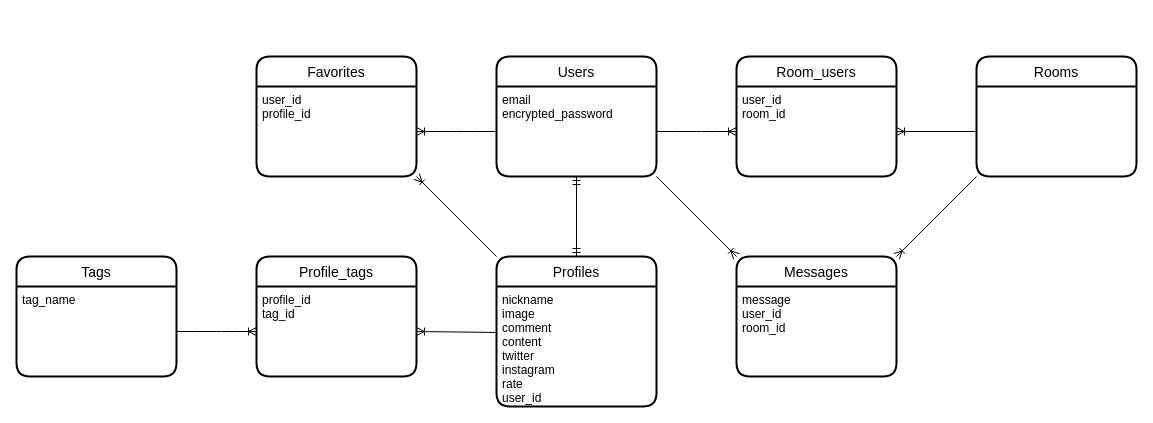
Before: kiite-proto1.dio in fudoakira/kiite-proto1, a draw.io diagram. Source tidied: cells renumbered, new cells numbered last; positions are measured from the earlier drawing's top-left corner, leaving out a move shared by most shapes. Both pictures are drawn from the tidied source at 100%, with x=0, y=0 at pixel (16, 56).
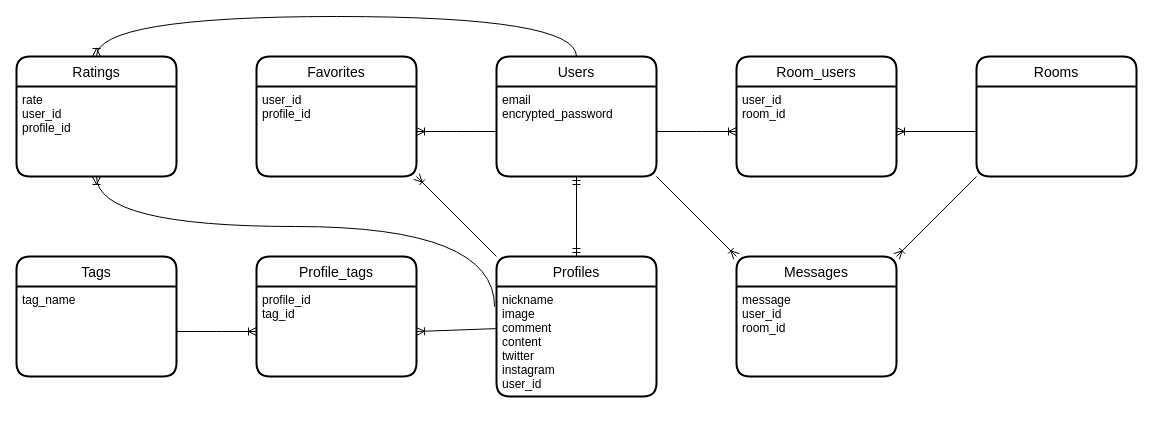
After the change.

Unchanged cells that the change refers to:
```xml
<mxCell id="2" value="Users" style="swimlane;horizontal=1;startSize=30;rounded=1;fontSize=14;fontStyle=0;strokeWidth=2;shadow=0;dashed=0;align=center;" parent="1" vertex="1">
  <mxGeometry x="480" width="160" height="120" as="geometry" />
</mxCell>
```

The edit, as a diff of the source:
```diff
@@
     <mxCell id="4" value="Profiles" style="swimlane;horizontal=1;startSize=30;rounded=1;fontSize=14;fontStyle=0;strokeWidth=2;shadow=0;dashed=0;align=center;" parent="1" vertex="1">
-      <mxGeometry x="480" y="200" width="160" height="150" as="geometry" />
+      <mxGeometry x="480" y="200" width="160" height="140" as="geometry" />
     </mxCell>
-    <mxCell id="5" value="nickname&#10;image&#10;comment&#10;content&#10;twitter&#10;instagram&#10;rate&#10;user_id" style="align=left;strokeColor=none;fillColor=none;spacingLeft=4;fontSize=12;verticalAlign=top;" parent="4" vertex="1">
-      <mxGeometry y="30" width="160" height="120" as="geometry" />
+    <mxCell id="5" value="nickname&#10;image&#10;comment&#10;content&#10;twitter&#10;instagram&#10;user_id" style="align=left;strokeColor=none;fillColor=none;spacingLeft=4;fontSize=12;verticalAlign=top;" parent="4" vertex="1">
+      <mxGeometry y="30" width="160" height="110" as="geometry" />
     </mxCell>
@@
+    <mxCell id="26" value="Ratings" style="swimlane;horizontal=1;startSize=30;rounded=1;fontSize=14;fontStyle=0;strokeWidth=2;shadow=0;dashed=0;align=center;" parent="1" vertex="1">
+      <mxGeometry width="160" height="120" as="geometry" />
+    </mxCell>
+    <mxCell id="27" value="rate&#10;user_id&#10;profile_id" style="align=left;strokeColor=none;fillColor=none;spacingLeft=4;fontSize=12;verticalAlign=top;" parent="26" vertex="1">
+      <mxGeometry y="30" width="160" height="90" as="geometry" />
+    </mxCell>
+    <mxCell id="28" style="edgeStyle=orthogonalEdgeStyle;fontSize=12;html=1;endArrow=ERoneToMany;exitX=-0.012;exitY=0.183;exitDx=0;exitDy=0;exitPerimeter=0;entryX=0.5;entryY=1;entryDx=0;entryDy=0;curved=1;" parent="1" edge="1" source="5" target="27">
+      <mxGeometry relative="1" as="geometry">
+        <Array as="points">
+          <mxPoint x="478" y="170" />
+          <mxPoint x="80" y="170" />
+        </Array>
+      </mxGeometry>
+    </mxCell>
+    <mxCell id="29" style="edgeStyle=orthogonalEdgeStyle;fontSize=12;html=1;endArrow=ERoneToMany;curved=1;exitX=0.5;exitY=0;exitDx=0;exitDy=0;entryX=0.5;entryY=0;entryDx=0;entryDy=0;" parent="1" edge="1" source="2" target="26">
+      <mxGeometry relative="1" as="geometry">
+        <Array as="points">
+          <mxPoint x="560" y="-40" />
+          <mxPoint x="80" y="-40" />
+        </Array>
+      </mxGeometry>
+    </mxCell>
```
